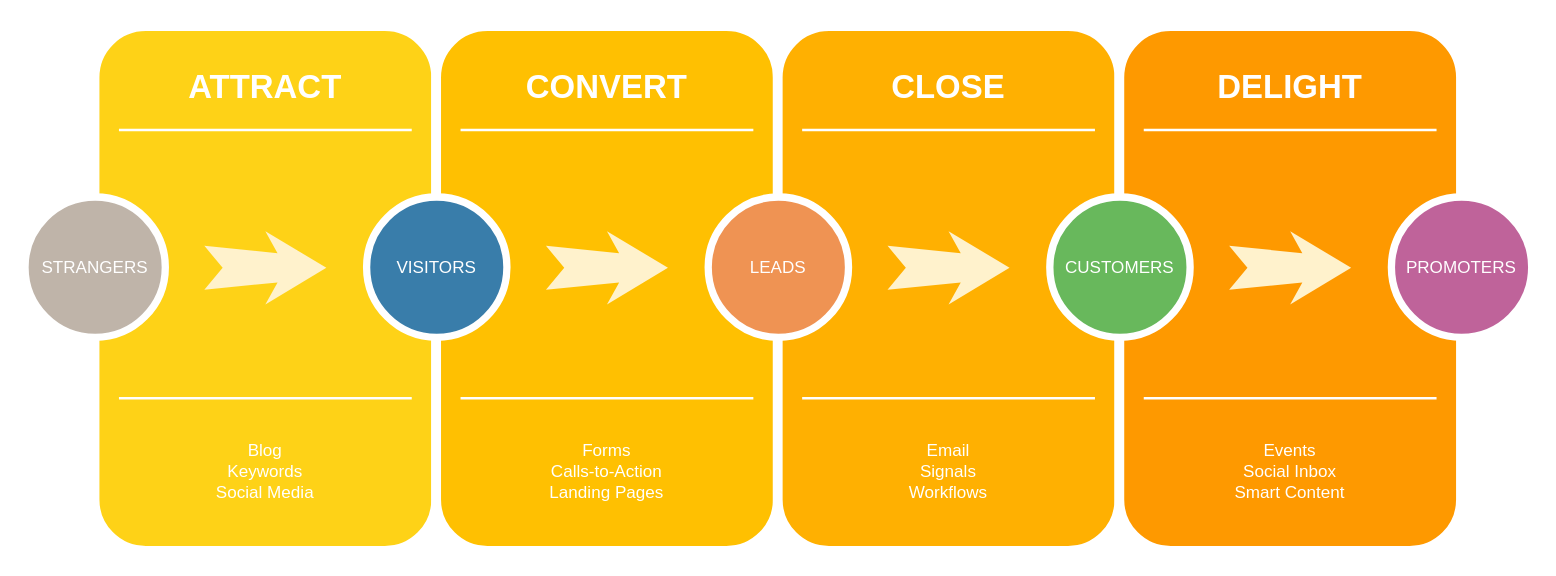
Earlier version of the draw.io diagram aa.drawio (hollson/pm). Source tidied: cells renumbered, new cells numbered last; positions are measured from the earlier drawing's top-left corner, leaving out a move shared by most shapes. Both pictures are drawn from the tidied source at 122%, with x=0, y=0 at pixel (24, 26).
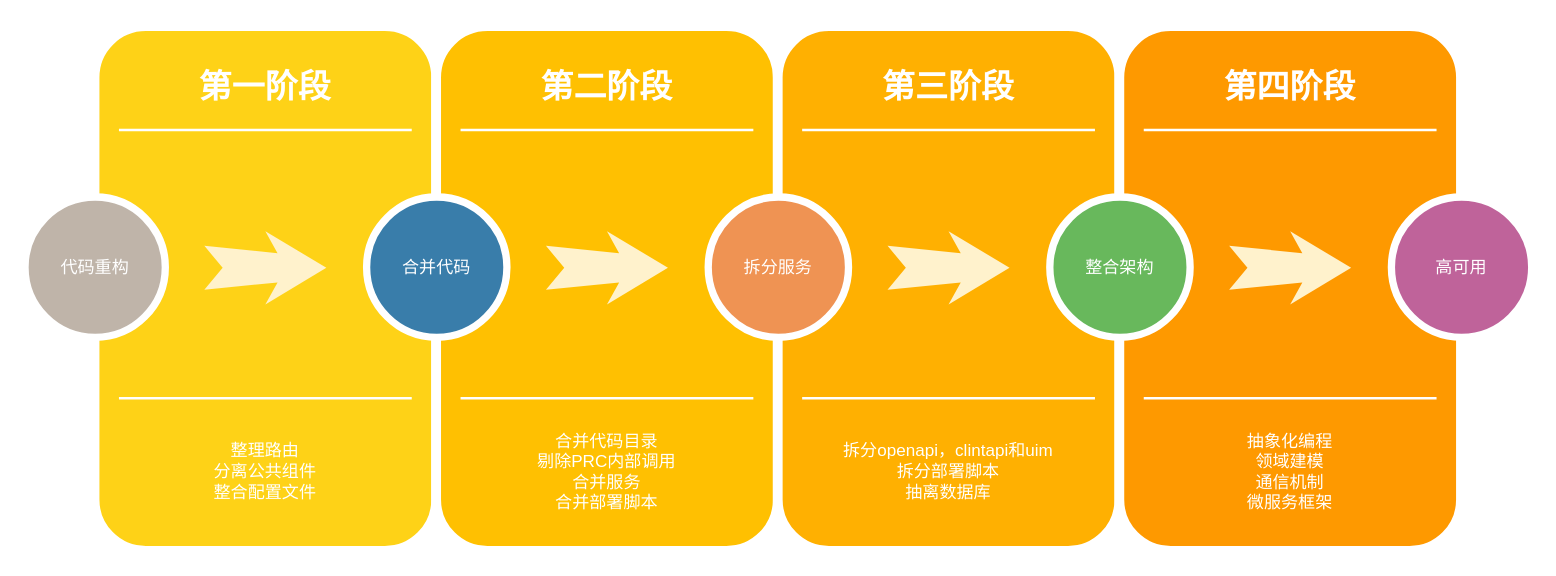
Above is the later version.

What changed in the source:
```diff
@@
-    <mxCell id="3" value="ATTRACT" style="text;html=1;strokeColor=none;fillColor=none;align=center;verticalAlign=middle;whiteSpace=wrap;rounded=0;shadow=0;fontSize=27;fontColor=#FFFFFF;fontStyle=1;" parent="1" vertex="1">
+    <mxCell id="3" value="第一阶段" style="text;html=1;strokeColor=none;fillColor=none;align=center;verticalAlign=middle;whiteSpace=wrap;rounded=0;shadow=0;fontSize=27;fontColor=#FFFFFF;fontStyle=1;" parent="1" vertex="1">
       <mxGeometry x="57" y="20" width="280" height="60" as="geometry" />
     </mxCell>
-    <mxCell id="4" value="Blog&lt;div&gt;Keywords&lt;/div&gt;&lt;div&gt;Social Media&lt;/div&gt;" style="text;html=1;strokeColor=none;fillColor=none;align=center;verticalAlign=middle;whiteSpace=wrap;rounded=0;shadow=0;fontSize=14;fontColor=#FFFFFF;" parent="1" vertex="1">
+    <mxCell id="4" value="整理路由&lt;br&gt;&lt;div&gt;分离公共组件&lt;br&gt;&lt;/div&gt;&lt;div&gt;整合配置文件&lt;br&gt;&lt;/div&gt;" style="text;html=1;strokeColor=none;fillColor=none;align=center;verticalAlign=middle;whiteSpace=wrap;rounded=0;shadow=0;fontSize=14;fontColor=#FFFFFF;" parent="1" vertex="1">
       <mxGeometry x="57" y="320" width="280" height="90" as="geometry" />
     </mxCell>
@@
-    <mxCell id="7" value="STRANGERS" style="ellipse;whiteSpace=wrap;html=1;rounded=0;shadow=0;strokeWidth=6;fontSize=14;align=center;fillColor=#BFB4A9;strokeColor=#FFFFFF;fontColor=#FFFFFF;" parent="1" vertex="1">
+    <mxCell id="7" value="代码重构" style="ellipse;whiteSpace=wrap;html=1;rounded=0;shadow=0;strokeWidth=6;fontSize=14;align=center;fillColor=#BFB4A9;strokeColor=#FFFFFF;fontColor=#FFFFFF;" parent="1" vertex="1">
       <mxGeometry y="140" width="115" height="115" as="geometry" />
     </mxCell>
@@
-    <mxCell id="10" value="CONVERT" style="text;html=1;strokeColor=none;fillColor=none;align=center;verticalAlign=middle;whiteSpace=wrap;rounded=0;shadow=0;fontSize=27;fontColor=#FFFFFF;fontStyle=1;" parent="1" vertex="1">
+    <mxCell id="10" value="第二阶段" style="text;html=1;strokeColor=none;fillColor=none;align=center;verticalAlign=middle;whiteSpace=wrap;rounded=0;shadow=0;fontSize=27;fontColor=#FFFFFF;fontStyle=1;" parent="1" vertex="1">
       <mxGeometry x="337" y="20" width="280" height="60" as="geometry" />
     </mxCell>
-    <mxCell id="11" value="Forms&lt;div&gt;Calls-to-Action&lt;/div&gt;&lt;div&gt;Landing Pages&lt;/div&gt;" style="text;html=1;strokeColor=none;fillColor=none;align=center;verticalAlign=middle;whiteSpace=wrap;rounded=0;shadow=0;fontSize=14;fontColor=#FFFFFF;" parent="1" vertex="1">
+    <mxCell id="11" value="合并代码目录&lt;br&gt;&lt;div&gt;剔除PRC内部调用&lt;br&gt;&lt;/div&gt;&lt;div&gt;合并服务&lt;/div&gt;&lt;div&gt;合并部署脚本&lt;br&gt;&lt;/div&gt;" style="text;html=1;strokeColor=none;fillColor=none;align=center;verticalAlign=middle;whiteSpace=wrap;rounded=0;shadow=0;fontSize=14;fontColor=#FFFFFF;" parent="1" vertex="1">
       <mxGeometry x="337" y="320" width="280" height="90" as="geometry" />
     </mxCell>
@@
-    <mxCell id="14" value="VISITORS" style="ellipse;whiteSpace=wrap;html=1;rounded=0;shadow=0;strokeWidth=6;fontSize=14;align=center;fillColor=#397DAA;strokeColor=#FFFFFF;fontColor=#FFFFFF;" parent="1" vertex="1">
+    <mxCell id="14" value="合并代码" style="ellipse;whiteSpace=wrap;html=1;rounded=0;shadow=0;strokeWidth=6;fontSize=14;align=center;fillColor=#397DAA;strokeColor=#FFFFFF;fontColor=#FFFFFF;" parent="1" vertex="1">
       <mxGeometry x="280" y="140" width="115" height="115" as="geometry" />
     </mxCell>
@@
-    <mxCell id="17" value="CLOSE" style="text;html=1;strokeColor=none;fillColor=none;align=center;verticalAlign=middle;whiteSpace=wrap;rounded=0;shadow=0;fontSize=27;fontColor=#FFFFFF;fontStyle=1;" parent="1" vertex="1">
+    <mxCell id="17" value="第三阶段" style="text;html=1;strokeColor=none;fillColor=none;align=center;verticalAlign=middle;whiteSpace=wrap;rounded=0;shadow=0;fontSize=27;fontColor=#FFFFFF;fontStyle=1;" parent="1" vertex="1">
       <mxGeometry x="617" y="20" width="280" height="60" as="geometry" />
     </mxCell>
-    <mxCell id="18" value="Email&lt;div&gt;Signals&lt;/div&gt;&lt;div&gt;Workflows&lt;/div&gt;" style="text;html=1;strokeColor=none;fillColor=none;align=center;verticalAlign=middle;whiteSpace=wrap;rounded=0;shadow=0;fontSize=14;fontColor=#FFFFFF;" parent="1" vertex="1">
+    <mxCell id="18" value="拆分openapi，clintapi和uim&lt;br&gt;&lt;div&gt;拆分部署脚本&lt;br&gt;&lt;/div&gt;&lt;div&gt;抽离数据库&lt;br&gt;&lt;/div&gt;" style="text;html=1;strokeColor=none;fillColor=none;align=center;verticalAlign=middle;whiteSpace=wrap;rounded=0;shadow=0;fontSize=14;fontColor=#FFFFFF;" parent="1" vertex="1">
       <mxGeometry x="617" y="320" width="280" height="90" as="geometry" />
     </mxCell>
@@
-    <mxCell id="21" value="LEADS" style="ellipse;whiteSpace=wrap;html=1;rounded=0;shadow=0;strokeWidth=6;fontSize=14;align=center;fillColor=#EF9353;strokeColor=#FFFFFF;fontColor=#FFFFFF;" parent="1" vertex="1">
+    <mxCell id="21" value="拆分服务" style="ellipse;whiteSpace=wrap;html=1;rounded=0;shadow=0;strokeWidth=6;fontSize=14;align=center;fillColor=#EF9353;strokeColor=#FFFFFF;fontColor=#FFFFFF;" parent="1" vertex="1">
       <mxGeometry x="560" y="140" width="115" height="115" as="geometry" />
     </mxCell>
@@
-    <mxCell id="24" value="DELIGHT" style="text;html=1;strokeColor=none;fillColor=none;align=center;verticalAlign=middle;whiteSpace=wrap;rounded=0;shadow=0;fontSize=27;fontColor=#FFFFFF;fontStyle=1;" parent="1" vertex="1">
+    <mxCell id="24" value="第四阶段" style="text;html=1;strokeColor=none;fillColor=none;align=center;verticalAlign=middle;whiteSpace=wrap;rounded=0;shadow=0;fontSize=27;fontColor=#FFFFFF;fontStyle=1;" parent="1" vertex="1">
       <mxGeometry x="897" y="20" width="280" height="60" as="geometry" />
     </mxCell>
-    <mxCell id="25" value="Events&lt;div&gt;Social Inbox&lt;/div&gt;&lt;div&gt;Smart Content&lt;/div&gt;" style="text;html=1;strokeColor=none;fillColor=none;align=center;verticalAlign=middle;whiteSpace=wrap;rounded=0;shadow=0;fontSize=14;fontColor=#FFFFFF;" parent="1" vertex="1">
+    <mxCell id="25" value="抽象化编程&lt;br&gt;&lt;div&gt;领域建模&lt;/div&gt;&lt;div&gt;通信机制&lt;br&gt;&lt;/div&gt;&lt;div&gt;微服务框架&lt;br&gt;&lt;/div&gt;" style="text;html=1;strokeColor=none;fillColor=none;align=center;verticalAlign=middle;whiteSpace=wrap;rounded=0;shadow=0;fontSize=14;fontColor=#FFFFFF;" parent="1" vertex="1">
       <mxGeometry x="897" y="320" width="280" height="90" as="geometry" />
     </mxCell>
@@
-    <mxCell id="28" value="CUSTOMERS" style="ellipse;whiteSpace=wrap;html=1;rounded=0;shadow=0;strokeWidth=6;fontSize=14;align=center;fillColor=#68B85C;strokeColor=#FFFFFF;fontColor=#FFFFFF;" parent="1" vertex="1">
+    <mxCell id="28" value="整合架构" style="ellipse;whiteSpace=wrap;html=1;rounded=0;shadow=0;strokeWidth=6;fontSize=14;align=center;fillColor=#68B85C;strokeColor=#FFFFFF;fontColor=#FFFFFF;" parent="1" vertex="1">
       <mxGeometry x="840" y="140" width="115" height="115" as="geometry" />
     </mxCell>
@@
-    <mxCell id="30" value="PROMOTERS" style="ellipse;whiteSpace=wrap;html=1;rounded=0;shadow=0;strokeWidth=6;fontSize=14;align=center;fillColor=#BF639A;strokeColor=#FFFFFF;fontColor=#FFFFFF;" parent="1" vertex="1">
+    <mxCell id="30" value="高可用" style="ellipse;whiteSpace=wrap;html=1;rounded=0;shadow=0;strokeWidth=6;fontSize=14;align=center;fillColor=#BF639A;strokeColor=#FFFFFF;fontColor=#FFFFFF;" parent="1" vertex="1">
       <mxGeometry x="1120" y="140" width="115" height="115" as="geometry" />
     </mxCell>
```
